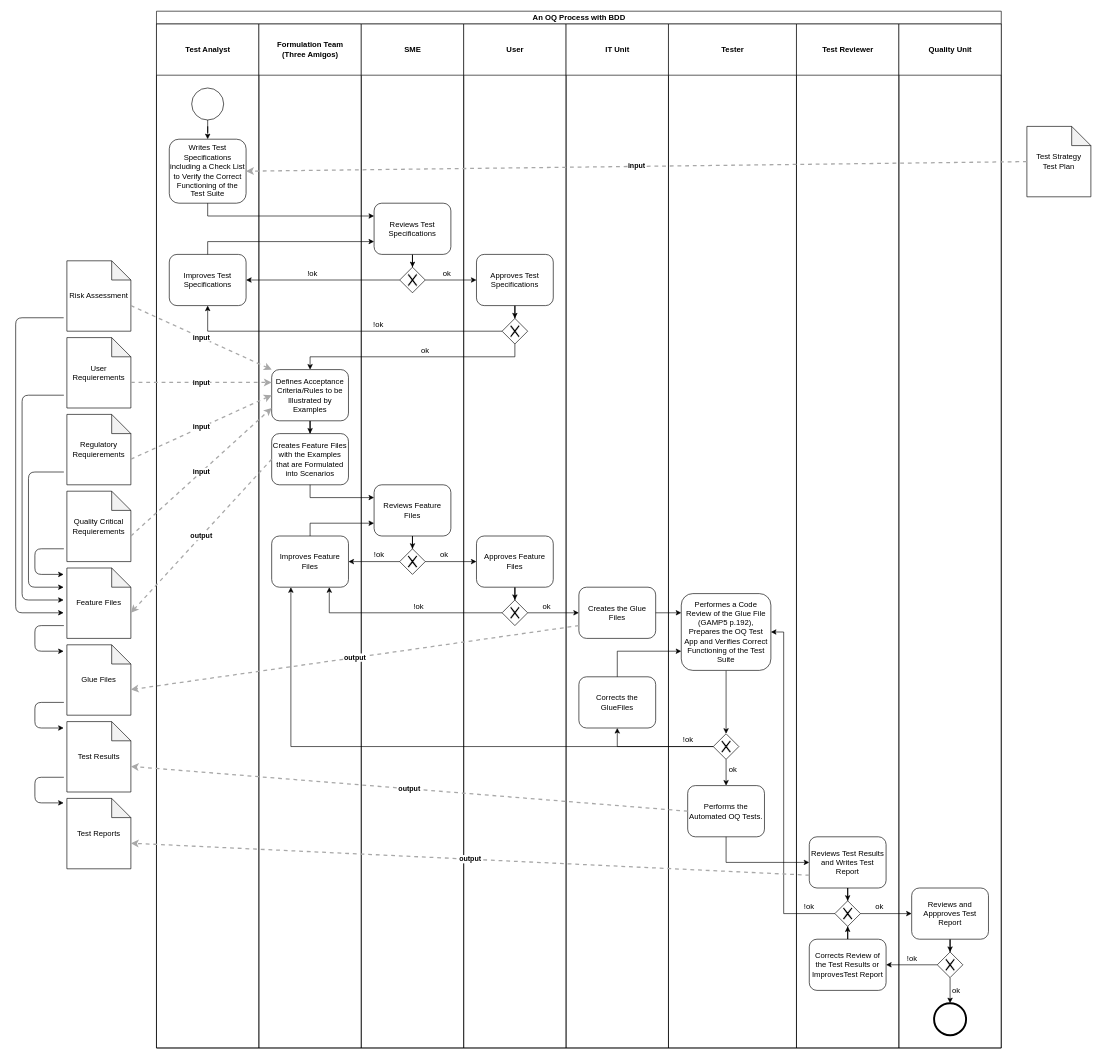
The draw.io diagram documentation/CombinedProcess.drawio in sableu/BDD4OQ, before the edit. Source tidied: cells renumbered, new cells numbered last; positions are measured from the earlier drawing's top-left corner, leaving out a move shared by most shapes. Both pictures are drawn from the tidied source at 64%, with x=0, y=0 at pixel (15, 11).
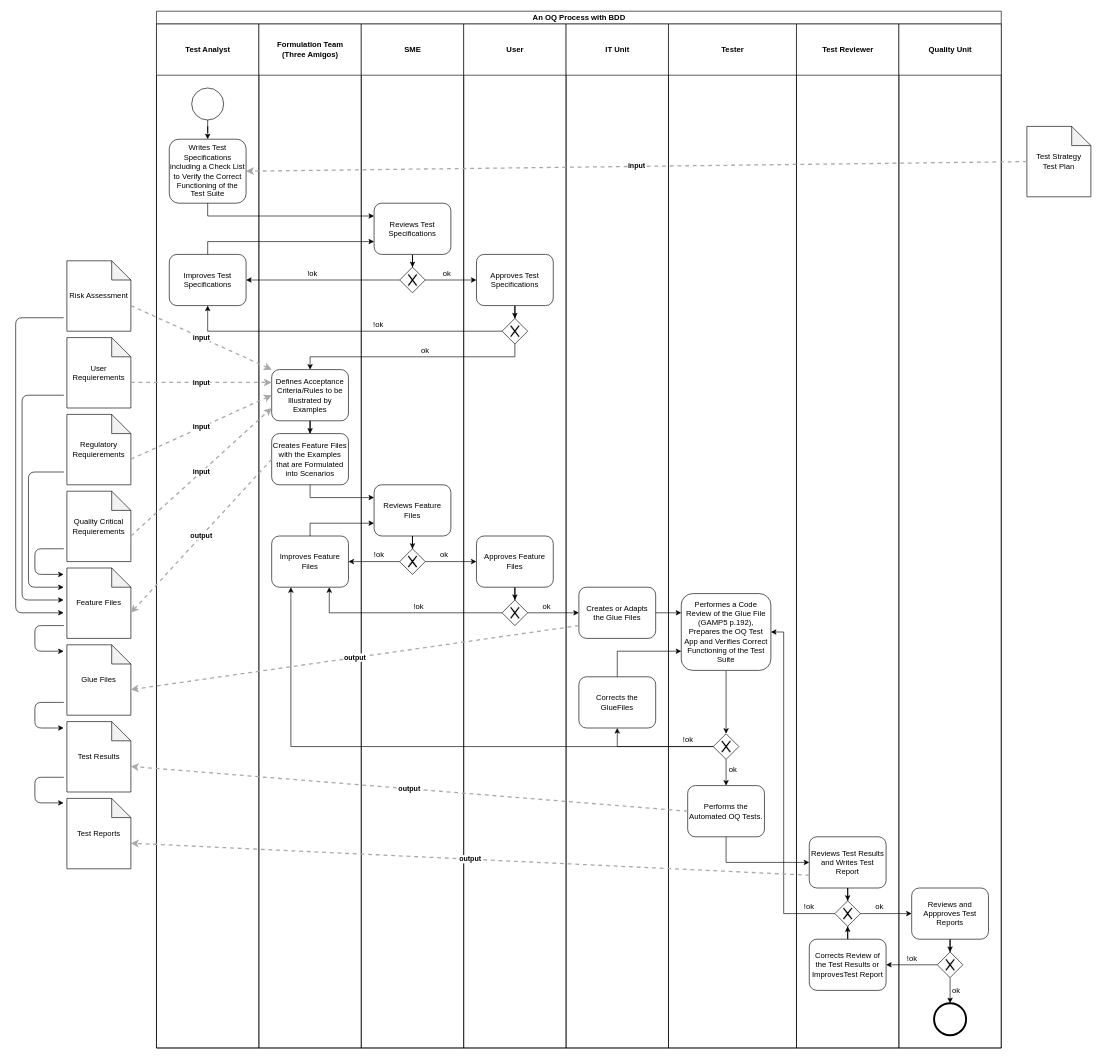
After the change.

The change refers to these unchanged cells:
```xml
<mxCell id="32" value="IT Unit" style="swimlane;html=1;startSize=80;" parent="3" vertex="1">
  <mxGeometry x="640" y="20" width="160" height="1600" as="geometry" />
</mxCell>
<mxCell id="50" value="Quality Unit" style="swimlane;html=1;startSize=80;" parent="3" vertex="1">
  <mxGeometry x="1160" y="20" width="160" height="1600" as="geometry" />
</mxCell>
```

What changed in the source:
```diff
@@
-    <mxCell id="33" value="Creates the Glue Files" style="shape=ext;rounded=1;html=1;whiteSpace=wrap;" parent="32" vertex="1">
+    <mxCell id="33" value="Creates or Adapts &lt;br&gt;the Glue Files" style="shape=ext;rounded=1;html=1;whiteSpace=wrap;" parent="32" vertex="1">
       <mxGeometry x="20" y="880" width="120" height="80" as="geometry" />
     </mxCell>
@@
-    <mxCell id="56" value="Reviews and Appproves Test Report" style="shape=ext;rounded=1;html=1;whiteSpace=wrap;" parent="50" vertex="1">
+    <mxCell id="56" value="Reviews and Appproves Test Reports" style="shape=ext;rounded=1;html=1;whiteSpace=wrap;" parent="50" vertex="1">
       <mxGeometry x="20" y="1350" width="120" height="80" as="geometry" />
     </mxCell>
```
